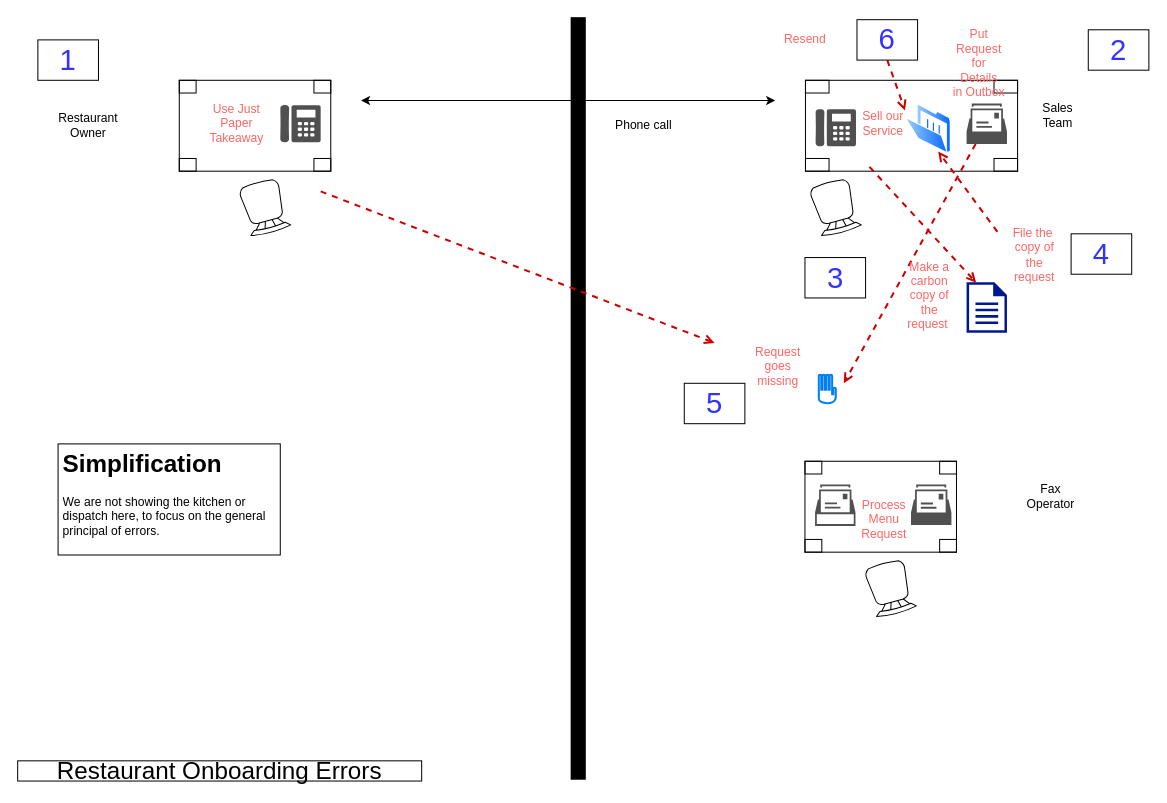
The draw.io diagram resources/Restaurant Onboarding Errors.drawio in iancooper/practical-messaging, before the edit. Source tidied: cells renumbered, new cells numbered last; positions are measured from the earlier drawing's top-left corner, leaving out a move shared by most shapes. Both pictures are drawn from the tidied source at 101%, with x=0, y=0 at pixel (17, 19).
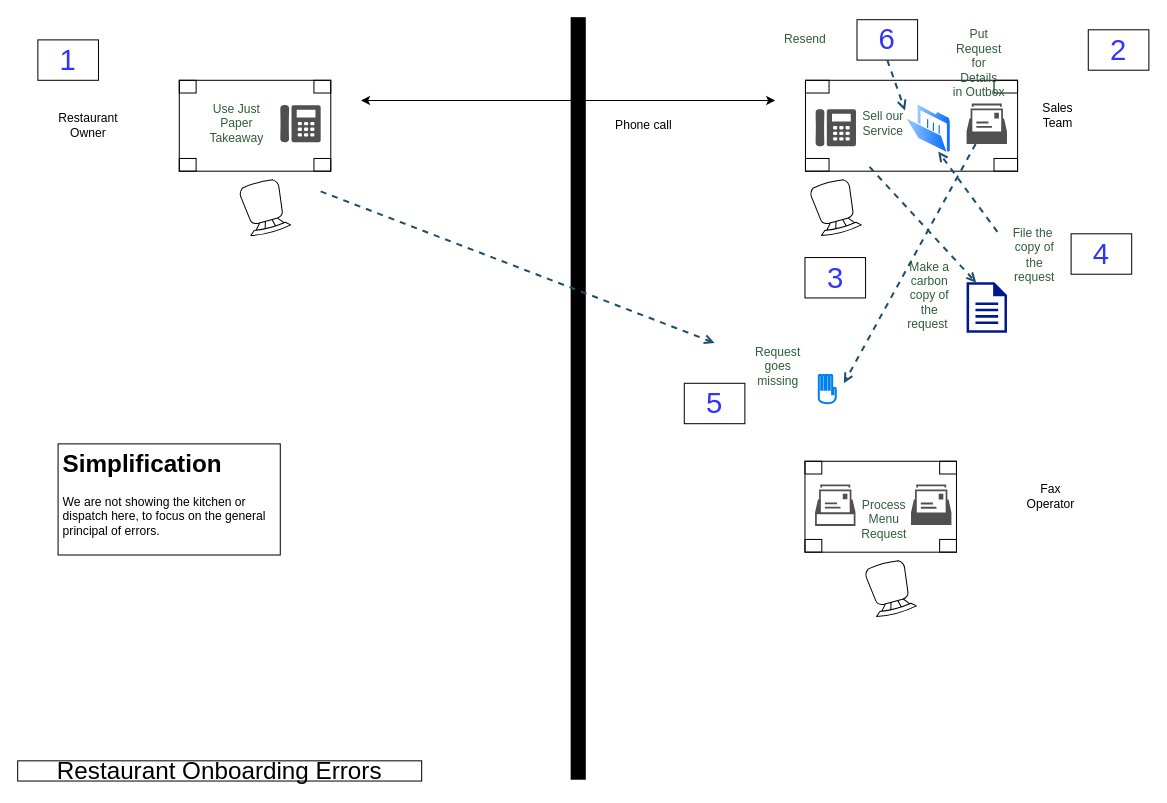
Above is the later version.

Unchanged cells that the change refers to:
```xml
<mxCell id="7" style="sketch=0;shadow=0;dashed=0;html=1;strokeColor=none;fillColor=#505050;labelPosition=center;verticalLabelPosition=bottom;verticalAlign=top;outlineConnect=0;align=center;shape=mxgraph.office.concepts.mailbox;" parent="1" vertex="1">
  <mxGeometry x="939.5" y="83" width="40" height="40" as="geometry" />
</mxCell>
<mxCell id="31" style="sketch=0;shadow=0;dashed=0;html=1;strokeColor=none;labelPosition=center;verticalLabelPosition=bottom;verticalAlign=top;align=center;fillColor=#00188D;shape=mxgraph.mscae.enterprise.document;" parent="1" vertex="1">
  <mxGeometry x="939.5" y="260" width="40" height="50" as="geometry" />
</mxCell>
<mxCell id="34" style="perimeter=ellipsePerimeter;html=1;align=center;shadow=0;dashed=0;spacingTop=3;image;image=img/lib/active_directory/folder_open.svg;" parent="1" vertex="1">
  <mxGeometry x="878.5" y="83" width="46" height="50" as="geometry" />
</mxCell>
<mxCell id="40" value="&lt;font style=&quot;font-size: 29px&quot;&gt;6&lt;/font&gt;" style="text;html=1;strokeColor=default;fillColor=none;align=center;verticalAlign=middle;whiteSpace=wrap;rounded=0;fontColor=#3333FF;" parent="1" vertex="1">
  <mxGeometry x="831" width="60" height="40" as="geometry" />
</mxCell>
```

Diff of the diagram source:
```diff
@@
-    <mxCell id="17" style="endArrow=open;dashed=1;html=1;strokeColor=#CC0000;endFill=0;strokeWidth=2;" parent="1" edge="1" source="7">
+    <mxCell id="17" style="endArrow=open;dashed=1;html=1;strokeColor=#1D4E6B;endFill=0;strokeWidth=2;" parent="1" edge="1" source="7">
       <mxGeometry relative="1" as="geometry">
         <mxPoint x="818" y="360" as="targetPoint" />
       </mxGeometry>
     </mxCell>
-    <mxCell id="18" value="&lt;font color=&quot;#ff6666&quot;&gt;Put Request for Details&lt;br&gt;in Outbox&lt;/font&gt;" style="text;html=1;strokeColor=none;fillColor=none;align=center;verticalAlign=middle;whiteSpace=wrap;rounded=0;" parent="1" vertex="1">
+    <mxCell id="18" value="&lt;font color=&quot;#2F5D3A&quot;&gt;Put Request for Details&lt;br&gt;in Outbox&lt;/font&gt;" style="text;html=1;strokeColor=none;fillColor=none;align=center;verticalAlign=middle;whiteSpace=wrap;rounded=0;" parent="1" vertex="1">
       <mxGeometry x="924.5" width="53.5" height="85.5" as="geometry" />
     </mxCell>
-    <mxCell id="19" value="&lt;font color=&quot;#ff6666&quot;&gt;Request goes missing&lt;/font&gt;" style="text;html=1;strokeColor=none;fillColor=none;align=center;verticalAlign=middle;whiteSpace=wrap;rounded=0;" parent="1" vertex="1">
+    <mxCell id="19" value="&lt;font color=&quot;#2F5D3A&quot;&gt;Request goes missing&lt;/font&gt;" style="text;html=1;strokeColor=none;fillColor=none;align=center;verticalAlign=middle;whiteSpace=wrap;rounded=0;" parent="1" vertex="1">
       <mxGeometry x="726" y="300" width="53.5" height="85.5" as="geometry" />
     </mxCell>
-    <mxCell id="20" value="&lt;font color=&quot;#ff6666&quot;&gt;Sell our Service&lt;/font&gt;" style="text;html=1;strokeColor=none;fillColor=none;align=center;verticalAlign=middle;whiteSpace=wrap;rounded=0;" parent="1" vertex="1">
+    <mxCell id="20" value="&lt;font color=&quot;#2F5D3A&quot;&gt;Sell our Service&lt;/font&gt;" style="text;html=1;strokeColor=none;fillColor=none;align=center;verticalAlign=middle;whiteSpace=wrap;rounded=0;" parent="1" vertex="1">
       <mxGeometry x="830" y="60.2" width="53.5" height="85.5" as="geometry" />
     </mxCell>
-    <mxCell id="21" value="&lt;font color=&quot;#ff6666&quot;&gt;Use Just Paper Takeaway&lt;/font&gt;" style="text;html=1;strokeColor=none;fillColor=none;align=center;verticalAlign=middle;whiteSpace=wrap;rounded=0;" parent="1" vertex="1">
+    <mxCell id="21" value="&lt;font color=&quot;#2F5D3A&quot;&gt;Use Just Paper Takeaway&lt;/font&gt;" style="text;html=1;strokeColor=none;fillColor=none;align=center;verticalAlign=middle;whiteSpace=wrap;rounded=0;" parent="1" vertex="1">
       <mxGeometry x="190" y="60.2" width="53.5" height="85.5" as="geometry" />
     </mxCell>
@@
-    <mxCell id="23" value="&lt;font color=&quot;#ff6666&quot;&gt;Process Menu Request&lt;/font&gt;" style="text;html=1;strokeColor=none;fillColor=none;align=center;verticalAlign=middle;whiteSpace=wrap;rounded=0;" parent="1" vertex="1">
+    <mxCell id="23" value="&lt;font color=&quot;#2F5D3A&quot;&gt;Process Menu Request&lt;/font&gt;" style="text;html=1;strokeColor=none;fillColor=none;align=center;verticalAlign=middle;whiteSpace=wrap;rounded=0;" parent="1" vertex="1">
       <mxGeometry x="831" y="451.8" width="53.5" height="85.5" as="geometry" />
     </mxCell>
@@
-    <mxCell id="32" style="endArrow=open;dashed=1;html=1;strokeColor=#CC0000;endFill=0;strokeWidth=2;entryX=0.24;entryY=0.008;entryDx=0;entryDy=0;entryPerimeter=0;exitX=0.25;exitY=1;exitDx=0;exitDy=0;" parent="1" edge="1" source="20" target="31">
+    <mxCell id="32" style="endArrow=open;dashed=1;html=1;strokeColor=#1D4E6B;endFill=0;strokeWidth=2;entryX=0.24;entryY=0.008;entryDx=0;entryDy=0;entryPerimeter=0;exitX=0.25;exitY=1;exitDx=0;exitDy=0;" parent="1" edge="1" source="20" target="31">
       <mxGeometry relative="1" as="geometry" />
     </mxCell>
-    <mxCell id="33" value="&lt;font color=&quot;#ff6666&quot;&gt;Make a carbon copy of the request&amp;nbsp;&lt;/font&gt;" style="text;html=1;strokeColor=none;fillColor=none;align=center;verticalAlign=middle;whiteSpace=wrap;rounded=0;" parent="1" vertex="1">
+    <mxCell id="33" value="&lt;font color=&quot;#2F5D3A&quot;&gt;Make a carbon copy of the request&amp;nbsp;&lt;/font&gt;" style="text;html=1;strokeColor=none;fillColor=none;align=center;verticalAlign=middle;whiteSpace=wrap;rounded=0;" parent="1" vertex="1">
       <mxGeometry x="876" y="230" width="53.5" height="85.5" as="geometry" />
     </mxCell>
@@
-    <mxCell id="35" style="endArrow=open;dashed=1;html=1;strokeColor=#CC0000;endFill=0;strokeWidth=2;entryX=0.75;entryY=1;entryDx=0;entryDy=0;" parent="1" edge="1" target="34">
+    <mxCell id="35" style="endArrow=open;dashed=1;html=1;strokeColor=#1D4E6B;endFill=0;strokeWidth=2;entryX=0.75;entryY=1;entryDx=0;entryDy=0;" parent="1" edge="1" target="34">
       <mxGeometry relative="1" as="geometry">
         <mxPoint x="970" y="210" as="sourcePoint" />
       </mxGeometry>
     </mxCell>
-    <mxCell id="36" value="&lt;font color=&quot;#ff6666&quot;&gt;File the&amp;nbsp; copy of the request&lt;/font&gt;" style="text;html=1;strokeColor=none;fillColor=none;align=center;verticalAlign=middle;whiteSpace=wrap;rounded=0;" parent="1" vertex="1">
+    <mxCell id="36" value="&lt;font color=&quot;#2F5D3A&quot;&gt;File the&amp;nbsp; copy of the request&lt;/font&gt;" style="text;html=1;strokeColor=none;fillColor=none;align=center;verticalAlign=middle;whiteSpace=wrap;rounded=0;" parent="1" vertex="1">
       <mxGeometry x="979.5" y="190" width="53.5" height="85.5" as="geometry" />
     </mxCell>
@@
-    <mxCell id="38" style="endArrow=open;dashed=1;html=1;strokeColor=#CC0000;endFill=0;strokeWidth=2;" parent="1" edge="1">
+    <mxCell id="38" style="endArrow=open;dashed=1;html=1;strokeColor=#1D4E6B;endFill=0;strokeWidth=2;" parent="1" edge="1">
       <mxGeometry relative="1" as="geometry">
         <mxPoint x="300" y="170" as="sourcePoint" />
         <mxPoint x="690" y="320" as="targetPoint" />
       </mxGeometry>
     </mxCell>
@@
-    <mxCell id="41" value="&lt;font color=&quot;#ff6666&quot;&gt;Resend&lt;/font&gt;" style="text;html=1;strokeColor=none;fillColor=none;align=center;verticalAlign=middle;whiteSpace=wrap;rounded=0;" parent="1" vertex="1">
+    <mxCell id="41" value="&lt;font color=&quot;#2F5D3A&quot;&gt;Resend&lt;/font&gt;" style="text;html=1;strokeColor=none;fillColor=none;align=center;verticalAlign=middle;whiteSpace=wrap;rounded=0;" parent="1" vertex="1">
       <mxGeometry x="740" y="10" width="80" height="20" as="geometry" />
     </mxCell>
-    <mxCell id="42" style="endArrow=open;dashed=1;html=1;strokeColor=#CC0000;endFill=0;strokeWidth=2;entryX=0.001;entryY=0.136;entryDx=0;entryDy=0;entryPerimeter=0;exitX=0.5;exitY=1;exitDx=0;exitDy=0;" parent="1" edge="1" source="40" target="34">
+    <mxCell id="42" style="endArrow=open;dashed=1;html=1;strokeColor=#1D4E6B;endFill=0;strokeWidth=2;entryX=0.001;entryY=0.136;entryDx=0;entryDy=0;entryPerimeter=0;exitX=0.5;exitY=1;exitDx=0;exitDy=0;" parent="1" edge="1" source="40" target="34">
       <mxGeometry relative="1" as="geometry" />
     </mxCell>
```
